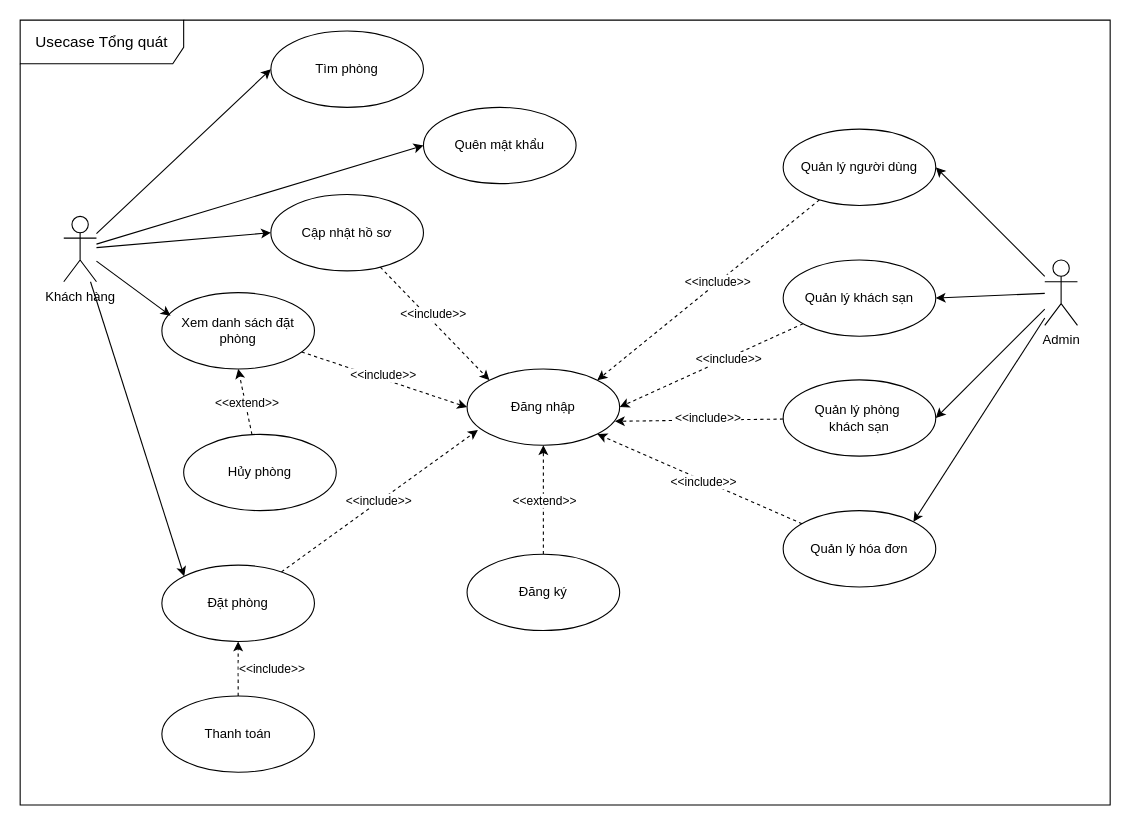
KMA-TTCS-Nhom32/documents keeps this draw.io diagram as page "UCTQ" (1 of 4) of usecase-diagrams.drawio. Above is the earlier version. Source tidied: cells renumbered, new cells numbered last; positions are measured from the earlier drawing's top-left corner, leaving out a move shared by most shapes. Both pictures are drawn from the tidied source at 109%, with x=0, y=0 at pixel (20, 20).
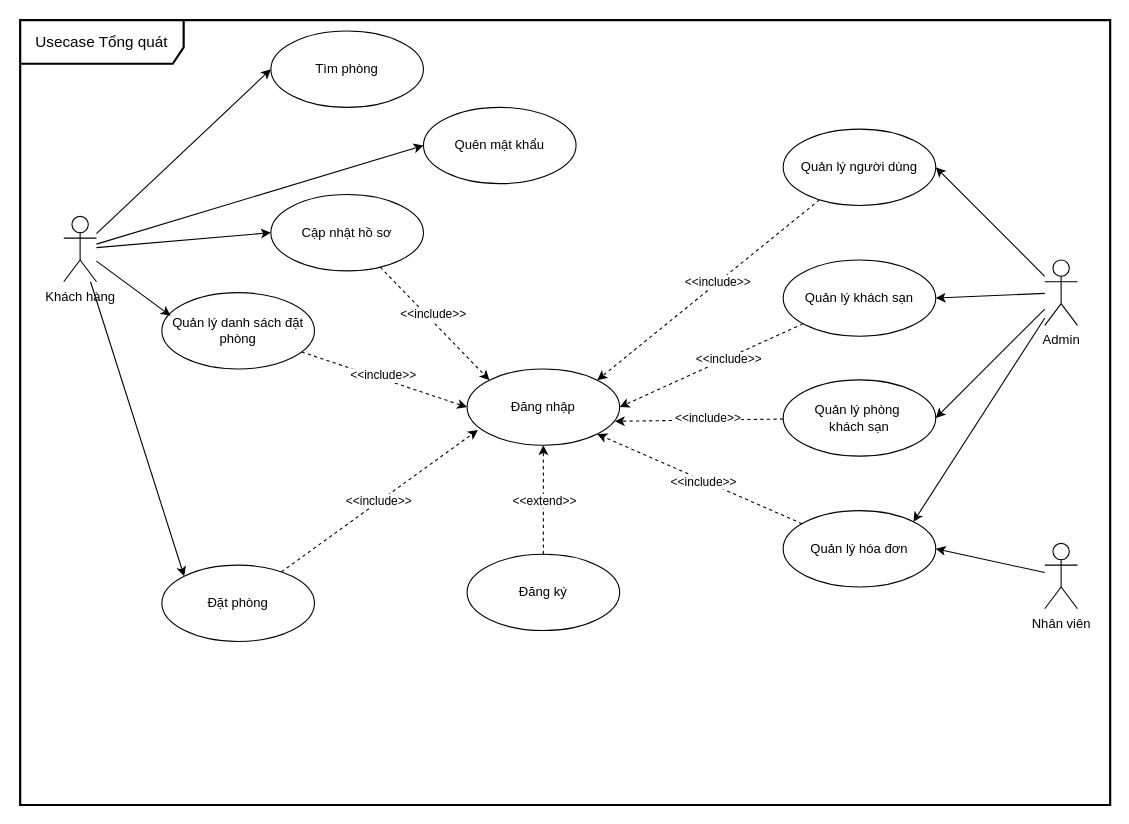
After the change.

The change refers to these unchanged cells:
```xml
<mxCell id="7" value="Đặt phòng" style="ellipse;whiteSpace=wrap;html=1;" parent="1" vertex="1">
  <mxGeometry x="130" y="500" width="140" height="70" as="geometry" />
</mxCell>
<mxCell id="31" value="Quản lý hóa đơn" style="ellipse;whiteSpace=wrap;html=1;" parent="1" vertex="1">
  <mxGeometry x="700" y="450" width="140" height="70" as="geometry" />
</mxCell>
```

What changed in the source:
```diff
@@
-    <mxCell id="12" style="edgeStyle=orthogonalEdgeStyle;rounded=0;jettySize=auto;html=1;entryX=0.5;entryY=1;entryDx=0;entryDy=0;dashed=1;" parent="1" edge="1" source="14" target="7">
-      <mxGeometry relative="1" as="geometry" />
-    </mxCell>
-    <mxCell id="13" value="&amp;lt;&amp;lt;include&amp;gt;&amp;gt;" style="edgeLabel;html=1;align=center;verticalAlign=middle;" parent="12" vertex="1">
-      <mxGeometry x="0.02" relative="1" as="geometry">
-        <mxPoint x="30" as="offset" />
-      </mxGeometry>
-    </mxCell>
-    <mxCell id="14" value="Thanh toán" style="ellipse;whiteSpace=wrap;html=1;" parent="1" vertex="1">
-      <mxGeometry x="130" y="620" width="140" height="70" as="geometry" />
-    </mxCell>
@@
-    <mxCell id="34" value="&lt;font style=&quot;font-size: 14px;&quot;&gt;Usecase Tổng quát&lt;/font&gt;" style="shape=umlFrame;whiteSpace=wrap;html=1;width=150;height=40;" parent="1" vertex="1">
+    <mxCell id="34" value="&lt;font style=&quot;font-size: 14px;&quot;&gt;Usecase Tổng quát&lt;/font&gt;" style="shape=umlFrame;whiteSpace=wrap;html=1;width=150;height=40;strokeWidth=2;" parent="1" vertex="1">
       <mxGeometry width="1000" height="720" as="geometry" />
     </mxCell>
@@
-    <mxCell id="42" value="Xem danh sách đặt phòng" style="ellipse;whiteSpace=wrap;html=1;" parent="1" vertex="1">
+    <mxCell id="42" value="Quản lý danh sách đặt phòng" style="ellipse;whiteSpace=wrap;html=1;" parent="1" vertex="1">
       <mxGeometry x="130" y="250" width="140" height="70" as="geometry" />
     </mxCell>
@@
-    <mxCell id="44" style="rounded=0;jettySize=auto;html=1;entryX=0.5;entryY=1;entryDx=0;entryDy=0;dashed=1;" parent="1" edge="1" source="46" target="42">
-      <mxGeometry relative="1" as="geometry" />
-    </mxCell>
-    <mxCell id="45" value="&amp;lt;&amp;lt;extend&amp;gt;&amp;gt;" style="edgeLabel;html=1;align=center;verticalAlign=middle;" parent="44" vertex="1">
-      <mxGeometry x="-0.02" y="-1" relative="1" as="geometry" />
-    </mxCell>
-    <mxCell id="46" value="Hủy phòng" style="ellipse;whiteSpace=wrap;html=1;" parent="1" vertex="1">
-      <mxGeometry x="150" y="380" width="140" height="70" as="geometry" />
-    </mxCell>
+    <mxCell id="47" style="rounded=0;jettySize=auto;html=1;entryX=1;entryY=0.5;entryDx=0;entryDy=0;" parent="1" edge="1" source="48" target="31">
+      <mxGeometry relative="1" as="geometry" />
+    </mxCell>
+    <mxCell id="48" value="Nhân viên" style="shape=umlActor;verticalLabelPosition=bottom;verticalAlign=top;html=1;" parent="1" vertex="1">
+      <mxGeometry x="940" y="480" width="30" height="60" as="geometry" />
+    </mxCell>
```
